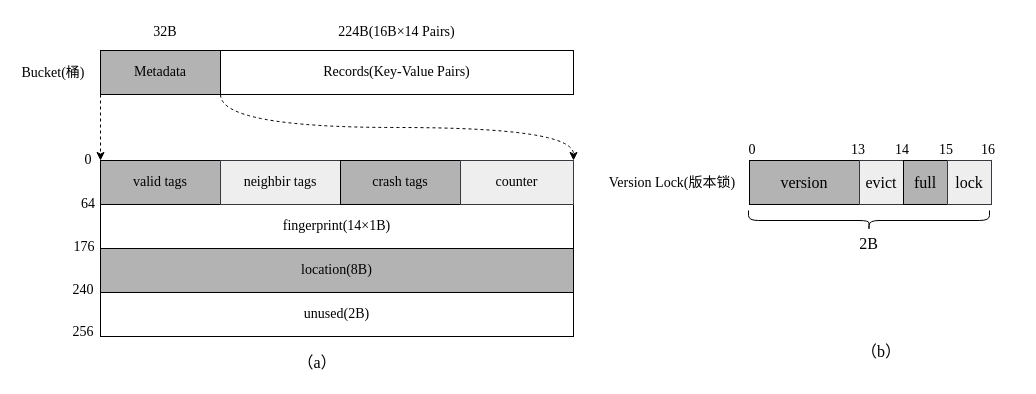
The draw.io diagram page "元数据" (17 of 17) of 毕业论文.drawio in HustDsy/Picture, before the edit. Source tidied: cells renumbered, new cells numbered last; positions are measured from the earlier drawing's top-left corner, leaving out a move shared by most shapes. Both pictures are drawn from the tidied source at 100%, with x=0, y=0 at pixel (23, 17).
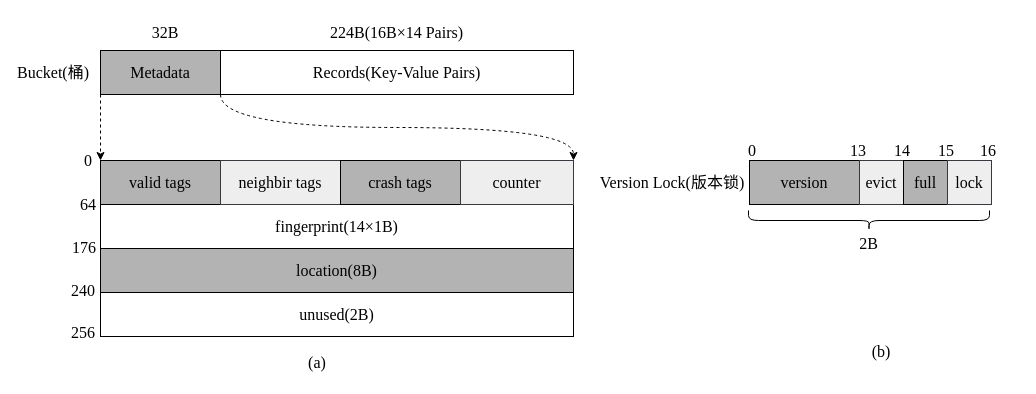
Above is the later version.

Diff of the diagram source:
```diff
@@
-    <mxCell id="2" style="edgeStyle=orthogonalEdgeStyle;rounded=1;jettySize=auto;html=1;exitX=0;exitY=1;exitDx=0;exitDy=0;entryX=0;entryY=0;entryDx=0;entryDy=0;dashed=1;fontFamily=Times New Roman;fontSize=14;fontColor=#000000;startArrow=none;startFill=0;endArrow=classic;endFill=1;strokeColor=#000000;strokeWidth=1;" parent="1" edge="1" source="4" target="6">
+    <mxCell id="2" style="edgeStyle=orthogonalEdgeStyle;rounded=1;jettySize=auto;html=1;exitX=0;exitY=1;exitDx=0;exitDy=0;entryX=0;entryY=0;entryDx=0;entryDy=0;dashed=1;fontFamily=Times New Roman;fontSize=16;fontColor=#000000;startArrow=none;startFill=0;endArrow=classic;endFill=1;strokeColor=#000000;strokeWidth=1;" parent="1" edge="1" source="4" target="6">
       <mxGeometry relative="1" as="geometry" />
     </mxCell>
-    <mxCell id="3" style="edgeStyle=orthogonalEdgeStyle;jettySize=auto;html=1;exitX=1;exitY=1;exitDx=0;exitDy=0;entryX=1;entryY=0;entryDx=0;entryDy=0;dashed=1;fontFamily=Times New Roman;fontSize=14;fontColor=#000000;startArrow=none;startFill=0;endArrow=classic;endFill=1;strokeColor=#000000;strokeWidth=1;curved=1;" parent="1" edge="1" source="4" target="13">
+    <mxCell id="3" style="edgeStyle=orthogonalEdgeStyle;jettySize=auto;html=1;exitX=1;exitY=1;exitDx=0;exitDy=0;entryX=1;entryY=0;entryDx=0;entryDy=0;dashed=1;fontFamily=Times New Roman;fontSize=16;fontColor=#000000;startArrow=none;startFill=0;endArrow=classic;endFill=1;strokeColor=#000000;strokeWidth=1;curved=1;" parent="1" edge="1" source="4" target="13">
       <mxGeometry relative="1" as="geometry">
         <Array as="points">
           <mxPoint x="197" y="110" />
           <mxPoint x="550" y="110" />
         </Array>
       </mxGeometry>
     </mxCell>
-    <mxCell id="4" value="Metadata" style="rounded=0;whiteSpace=wrap;html=1;fontFamily=Times New Roman;fontSize=14;fontColor=#000000;strokeColor=#000000;strokeWidth=1;fillColor=#B3B3B3;" parent="1" vertex="1">
+    <mxCell id="4" value="Metadata" style="rounded=0;whiteSpace=wrap;html=1;fontFamily=Times New Roman;fontSize=16;fontColor=#000000;strokeColor=#000000;strokeWidth=1;fillColor=#B3B3B3;" parent="1" vertex="1">
       <mxGeometry x="77" y="33" width="120" height="44" as="geometry" />
     </mxCell>
-    <mxCell id="5" value="Records(Key-Value Pairs)" style="rounded=0;whiteSpace=wrap;html=1;fontFamily=Times New Roman;fontSize=14;strokeWidth=1;strokeColor=#000000;" parent="1" vertex="1">
+    <mxCell id="5" value="Records(Key-Value Pairs)" style="rounded=0;whiteSpace=wrap;html=1;fontFamily=Times New Roman;fontSize=16;strokeWidth=1;strokeColor=#000000;" parent="1" vertex="1">
       <mxGeometry x="197" y="33" width="353" height="44" as="geometry" />
     </mxCell>
-    <mxCell id="6" value="valid tags" style="rounded=0;whiteSpace=wrap;html=1;fontFamily=Times New Roman;fontSize=14;fontColor=#000000;strokeColor=#000000;strokeWidth=1;fillColor=#B3B3B3;" parent="1" vertex="1">
+    <mxCell id="6" value="valid tags" style="rounded=0;whiteSpace=wrap;html=1;fontFamily=Times New Roman;fontSize=16;fontColor=#000000;strokeColor=#000000;strokeWidth=1;fillColor=#B3B3B3;" parent="1" vertex="1">
       <mxGeometry x="77" y="143" width="120" height="44" as="geometry" />
     </mxCell>
-    <mxCell id="7" style="rounded=0;whiteSpace=wrap;html=1;fontFamily=Times New Roman;fontSize=14;strokeWidth=1;strokeColor=#000000;" parent="1" vertex="1">
+    <mxCell id="7" style="rounded=0;whiteSpace=wrap;html=1;fontFamily=Times New Roman;fontSize=16;strokeWidth=1;strokeColor=#000000;" parent="1" vertex="1">
       <mxGeometry x="197" y="143" width="353" height="44" as="geometry" />
     </mxCell>
-    <mxCell id="8" value="&lt;font style=&quot;font-size: 14px;&quot;&gt;fingerprint(14×1B&lt;/font&gt;)" style="rounded=0;whiteSpace=wrap;html=1;fontFamily=Times New Roman;fontSize=14;strokeWidth=1;strokeColor=#000000;" parent="1" vertex="1">
+    <mxCell id="8" value="&lt;font style=&quot;font-size: 16px;&quot;&gt;fingerprint(14×1B&lt;/font&gt;)" style="rounded=0;whiteSpace=wrap;html=1;fontFamily=Times New Roman;fontSize=16;strokeWidth=1;strokeColor=#000000;" parent="1" vertex="1">
       <mxGeometry x="77" y="187" width="473" height="44" as="geometry" />
     </mxCell>
-    <mxCell id="9" value="&lt;font style=&quot;font-size: 14px;&quot;&gt;location(8B&lt;/font&gt;)" style="rounded=0;whiteSpace=wrap;html=1;fontFamily=Times New Roman;fontSize=14;strokeWidth=1;strokeColor=#000000;fillColor=#B3B3B3;" parent="1" vertex="1">
+    <mxCell id="9" value="&lt;font style=&quot;font-size: 16px;&quot;&gt;location(8B&lt;/font&gt;)" style="rounded=0;whiteSpace=wrap;html=1;fontFamily=Times New Roman;fontSize=16;strokeWidth=1;strokeColor=#000000;fillColor=#B3B3B3;" parent="1" vertex="1">
       <mxGeometry x="77" y="231" width="473" height="44" as="geometry" />
     </mxCell>
-    <mxCell id="10" value="&lt;font style=&quot;font-size: 14px;&quot;&gt;unused(2B&lt;/font&gt;)" style="rounded=0;whiteSpace=wrap;html=1;fontFamily=Times New Roman;fontSize=14;strokeWidth=1;strokeColor=#000000;" parent="1" vertex="1">
+    <mxCell id="10" value="&lt;font style=&quot;font-size: 16px;&quot;&gt;unused(2B&lt;/font&gt;)" style="rounded=0;whiteSpace=wrap;html=1;fontFamily=Times New Roman;fontSize=16;strokeWidth=1;strokeColor=#000000;" parent="1" vertex="1">
       <mxGeometry x="77" y="275" width="473" height="44" as="geometry" />
     </mxCell>
-    <mxCell id="11" value="neighbir tags" style="rounded=0;whiteSpace=wrap;html=1;fontFamily=Times New Roman;fontSize=14;strokeWidth=1;fillColor=#eeeeee;strokeColor=#36393d;" parent="1" vertex="1">
+    <mxCell id="11" value="neighbir tags" style="rounded=0;whiteSpace=wrap;html=1;fontFamily=Times New Roman;fontSize=16;strokeWidth=1;fillColor=#eeeeee;strokeColor=#36393d;" parent="1" vertex="1">
       <mxGeometry x="197" y="143" width="120" height="44" as="geometry" />
     </mxCell>
-    <mxCell id="12" value="crash tags" style="rounded=0;whiteSpace=wrap;html=1;fontFamily=Times New Roman;fontSize=14;fontColor=#000000;strokeColor=#000000;strokeWidth=1;fillColor=#B3B3B3;" parent="1" vertex="1">
+    <mxCell id="12" value="crash tags" style="rounded=0;whiteSpace=wrap;html=1;fontFamily=Times New Roman;fontSize=16;fontColor=#000000;strokeColor=#000000;strokeWidth=1;fillColor=#B3B3B3;" parent="1" vertex="1">
       <mxGeometry x="317" y="143" width="120" height="44" as="geometry" />
     </mxCell>
-    <mxCell id="13" value="counter" style="rounded=0;whiteSpace=wrap;html=1;fontFamily=Times New Roman;fontSize=14;strokeColor=#36393d;strokeWidth=1;fillColor=#eeeeee;" parent="1" vertex="1">
+    <mxCell id="13" value="counter" style="rounded=0;whiteSpace=wrap;html=1;fontFamily=Times New Roman;fontSize=16;strokeColor=#36393d;strokeWidth=1;fillColor=#eeeeee;" parent="1" vertex="1">
       <mxGeometry x="437" y="143" width="113" height="44" as="geometry" />
     </mxCell>
-    <mxCell id="14" value="32B" style="text;html=1;strokeColor=none;fillColor=none;align=center;verticalAlign=middle;whiteSpace=wrap;rounded=0;fontFamily=Times New Roman;fontSize=14;fontColor=#000000;" parent="1" vertex="1">
+    <mxCell id="14" value="32B" style="text;html=1;strokeColor=none;fillColor=none;align=center;verticalAlign=middle;whiteSpace=wrap;rounded=0;fontFamily=Times New Roman;fontSize=16;fontColor=#000000;" parent="1" vertex="1">
       <mxGeometry x="112" width="60" height="30" as="geometry" />
     </mxCell>
-    <mxCell id="15" value="224B(16B×14 Pairs)" style="text;html=1;strokeColor=none;fillColor=none;align=center;verticalAlign=middle;whiteSpace=wrap;rounded=0;fontFamily=Times New Roman;fontSize=14;fontColor=#000000;" parent="1" vertex="1">
+    <mxCell id="15" value="224B(16B×14 Pairs)" style="text;html=1;strokeColor=none;fillColor=none;align=center;verticalAlign=middle;whiteSpace=wrap;rounded=0;fontFamily=Times New Roman;fontSize=16;fontColor=#000000;" parent="1" vertex="1">
       <mxGeometry x="291" width="165" height="30" as="geometry" />
     </mxCell>
-    <mxCell id="16" value="Bucket(&lt;font face=&quot;简宋&quot; style=&quot;font-size: 14px;&quot;&gt;桶&lt;/font&gt;)" style="text;html=1;strokeColor=none;fillColor=none;align=center;verticalAlign=middle;whiteSpace=wrap;rounded=0;fontFamily=Times New Roman;fontSize=14;fontColor=#000000;" parent="1" vertex="1">
+    <mxCell id="16" value="Bucket(&lt;font face=&quot;简宋&quot; style=&quot;font-size: 16px;&quot;&gt;桶&lt;/font&gt;)" style="text;html=1;strokeColor=none;fillColor=none;align=center;verticalAlign=middle;whiteSpace=wrap;rounded=0;fontFamily=Times New Roman;fontSize=16;fontColor=#000000;" parent="1" vertex="1">
       <mxGeometry y="40" width="60" height="30" as="geometry" />
     </mxCell>
@@
-    <mxCell id="18" value="0" style="text;html=1;strokeColor=none;fillColor=none;align=center;verticalAlign=middle;whiteSpace=wrap;rounded=0;fontFamily=Times New Roman;fontSize=14;fontColor=#000000;" parent="1" vertex="1">
+    <mxCell id="18" value="0" style="text;html=1;strokeColor=none;fillColor=none;align=center;verticalAlign=middle;whiteSpace=wrap;rounded=0;fontFamily=Times New Roman;fontSize=16;fontColor=#000000;" parent="1" vertex="1">
       <mxGeometry x="35" y="128" width="60" height="30" as="geometry" />
     </mxCell>
-    <mxCell id="19" value="64" style="text;html=1;strokeColor=none;fillColor=none;align=center;verticalAlign=middle;whiteSpace=wrap;rounded=0;fontFamily=Times New Roman;fontSize=14;fontColor=#000000;" parent="1" vertex="1">
+    <mxCell id="19" value="64" style="text;html=1;strokeColor=none;fillColor=none;align=center;verticalAlign=middle;whiteSpace=wrap;rounded=0;fontFamily=Times New Roman;fontSize=16;fontColor=#000000;" parent="1" vertex="1">
       <mxGeometry x="35" y="172" width="60" height="30" as="geometry" />
     </mxCell>
-    <mxCell id="20" value="176" style="text;html=1;strokeColor=none;fillColor=none;align=center;verticalAlign=middle;whiteSpace=wrap;rounded=0;fontFamily=Times New Roman;fontSize=14;fontColor=#000000;" parent="1" vertex="1">
+    <mxCell id="20" value="176" style="text;html=1;strokeColor=none;fillColor=none;align=center;verticalAlign=middle;whiteSpace=wrap;rounded=0;fontFamily=Times New Roman;fontSize=16;fontColor=#000000;" parent="1" vertex="1">
       <mxGeometry x="31" y="215" width="60" height="30" as="geometry" />
     </mxCell>
-    <mxCell id="21" value="240" style="text;html=1;strokeColor=none;fillColor=none;align=center;verticalAlign=middle;whiteSpace=wrap;rounded=0;fontFamily=Times New Roman;fontSize=14;fontColor=#000000;" parent="1" vertex="1">
+    <mxCell id="21" value="240" style="text;html=1;strokeColor=none;fillColor=none;align=center;verticalAlign=middle;whiteSpace=wrap;rounded=0;fontFamily=Times New Roman;fontSize=16;fontColor=#000000;" parent="1" vertex="1">
       <mxGeometry x="30" y="258" width="60" height="30" as="geometry" />
     </mxCell>
-    <mxCell id="22" value="256" style="text;html=1;strokeColor=none;fillColor=none;align=center;verticalAlign=middle;whiteSpace=wrap;rounded=0;fontFamily=Times New Roman;fontSize=14;fontColor=#000000;" parent="1" vertex="1">
+    <mxCell id="22" value="256" style="text;html=1;strokeColor=none;fillColor=none;align=center;verticalAlign=middle;whiteSpace=wrap;rounded=0;fontFamily=Times New Roman;fontSize=16;fontColor=#000000;" parent="1" vertex="1">
       <mxGeometry x="30" y="300" width="60" height="30" as="geometry" />
     </mxCell>
-    <mxCell id="23" value="Version Lock(&lt;font face=&quot;简宋&quot;&gt;版本锁&lt;/font&gt;)" style="text;html=1;strokeColor=none;fillColor=none;align=center;verticalAlign=middle;whiteSpace=wrap;rounded=0;fontFamily=Times New Roman;fontSize=14;fontColor=#000000;" parent="1" vertex="1">
+    <mxCell id="23" value="Version Lock(&lt;font face=&quot;简宋&quot; style=&quot;font-size: 16px;&quot;&gt;版本锁&lt;/font&gt;)" style="text;html=1;strokeColor=none;fillColor=none;align=center;verticalAlign=middle;whiteSpace=wrap;rounded=0;fontFamily=Times New Roman;fontSize=16;fontColor=#000000;" parent="1" vertex="1">
       <mxGeometry x="572" y="150" width="154" height="30" as="geometry" />
     </mxCell>
@@
-    <mxCell id="28" value="&lt;font style=&quot;font-size: 16px&quot;&gt;（a）&lt;/font&gt;" style="text;html=1;strokeColor=none;fillColor=none;align=center;verticalAlign=middle;whiteSpace=wrap;rounded=0;fontFamily=Times New Roman;fontSize=14;fontColor=#000000;" parent="1" vertex="1">
+    <mxCell id="28" value="&lt;span style=&quot;font-size: 16px&quot;&gt;(a)&lt;/span&gt;" style="text;html=1;strokeColor=none;fillColor=none;align=center;verticalAlign=middle;whiteSpace=wrap;rounded=0;fontFamily=Times New Roman;fontSize=16;fontColor=#000000;" parent="1" vertex="1">
       <mxGeometry x="264" y="330" width="60" height="30" as="geometry" />
     </mxCell>
-    <mxCell id="29" value="&lt;font style=&quot;font-size: 16px&quot;&gt;（b）&lt;/font&gt;" style="text;html=1;strokeColor=none;fillColor=none;align=center;verticalAlign=middle;whiteSpace=wrap;rounded=0;fontFamily=Times New Roman;fontSize=14;fontColor=#000000;" parent="1" vertex="1">
+    <mxCell id="29" value="&lt;span style=&quot;font-size: 16px&quot;&gt;(b)&lt;/span&gt;" style="text;html=1;strokeColor=none;fillColor=none;align=center;verticalAlign=middle;whiteSpace=wrap;rounded=0;fontFamily=Times New Roman;fontSize=16;fontColor=#000000;" parent="1" vertex="1">
       <mxGeometry x="828" y="319" width="60" height="30" as="geometry" />
     </mxCell>
-    <mxCell id="30" value="0" style="text;html=1;strokeColor=none;fillColor=none;align=center;verticalAlign=middle;whiteSpace=wrap;rounded=0;fontFamily=Times New Roman;fontSize=14;fontColor=#000000;" parent="1" vertex="1">
+    <mxCell id="30" value="0" style="text;html=1;strokeColor=none;fillColor=none;align=center;verticalAlign=middle;whiteSpace=wrap;rounded=0;fontFamily=Times New Roman;fontSize=16;fontColor=#000000;" parent="1" vertex="1">
       <mxGeometry x="699" y="118" width="60" height="30" as="geometry" />
     </mxCell>
-    <mxCell id="31" value="13" style="text;html=1;strokeColor=none;fillColor=none;align=center;verticalAlign=middle;whiteSpace=wrap;rounded=0;fontFamily=Times New Roman;fontSize=14;fontColor=#000000;" parent="1" vertex="1">
+    <mxCell id="31" value="13" style="text;html=1;strokeColor=none;fillColor=none;align=center;verticalAlign=middle;whiteSpace=wrap;rounded=0;fontFamily=Times New Roman;fontSize=16;fontColor=#000000;" parent="1" vertex="1">
       <mxGeometry x="805" y="118" width="60" height="30" as="geometry" />
     </mxCell>
-    <mxCell id="32" value="14" style="text;html=1;strokeColor=none;fillColor=none;align=center;verticalAlign=middle;whiteSpace=wrap;rounded=0;fontFamily=Times New Roman;fontSize=14;fontColor=#000000;" parent="1" vertex="1">
+    <mxCell id="32" value="14" style="text;html=1;strokeColor=none;fillColor=none;align=center;verticalAlign=middle;whiteSpace=wrap;rounded=0;fontFamily=Times New Roman;fontSize=16;fontColor=#000000;" parent="1" vertex="1">
       <mxGeometry x="849" y="118" width="60" height="30" as="geometry" />
     </mxCell>
-    <mxCell id="33" value="15" style="text;html=1;strokeColor=none;fillColor=none;align=center;verticalAlign=middle;whiteSpace=wrap;rounded=0;fontFamily=Times New Roman;fontSize=14;fontColor=#000000;" parent="1" vertex="1">
+    <mxCell id="33" value="15" style="text;html=1;strokeColor=none;fillColor=none;align=center;verticalAlign=middle;whiteSpace=wrap;rounded=0;fontFamily=Times New Roman;fontSize=16;fontColor=#000000;" parent="1" vertex="1">
       <mxGeometry x="893" y="118" width="60" height="30" as="geometry" />
     </mxCell>
-    <mxCell id="34" value="16" style="text;html=1;strokeColor=none;fillColor=none;align=center;verticalAlign=middle;whiteSpace=wrap;rounded=0;fontFamily=Times New Roman;fontSize=14;fontColor=#000000;" parent="1" vertex="1">
+    <mxCell id="34" value="16" style="text;html=1;strokeColor=none;fillColor=none;align=center;verticalAlign=middle;whiteSpace=wrap;rounded=0;fontFamily=Times New Roman;fontSize=16;fontColor=#000000;" parent="1" vertex="1">
       <mxGeometry x="935" y="118" width="60" height="30" as="geometry" />
     </mxCell>
```
